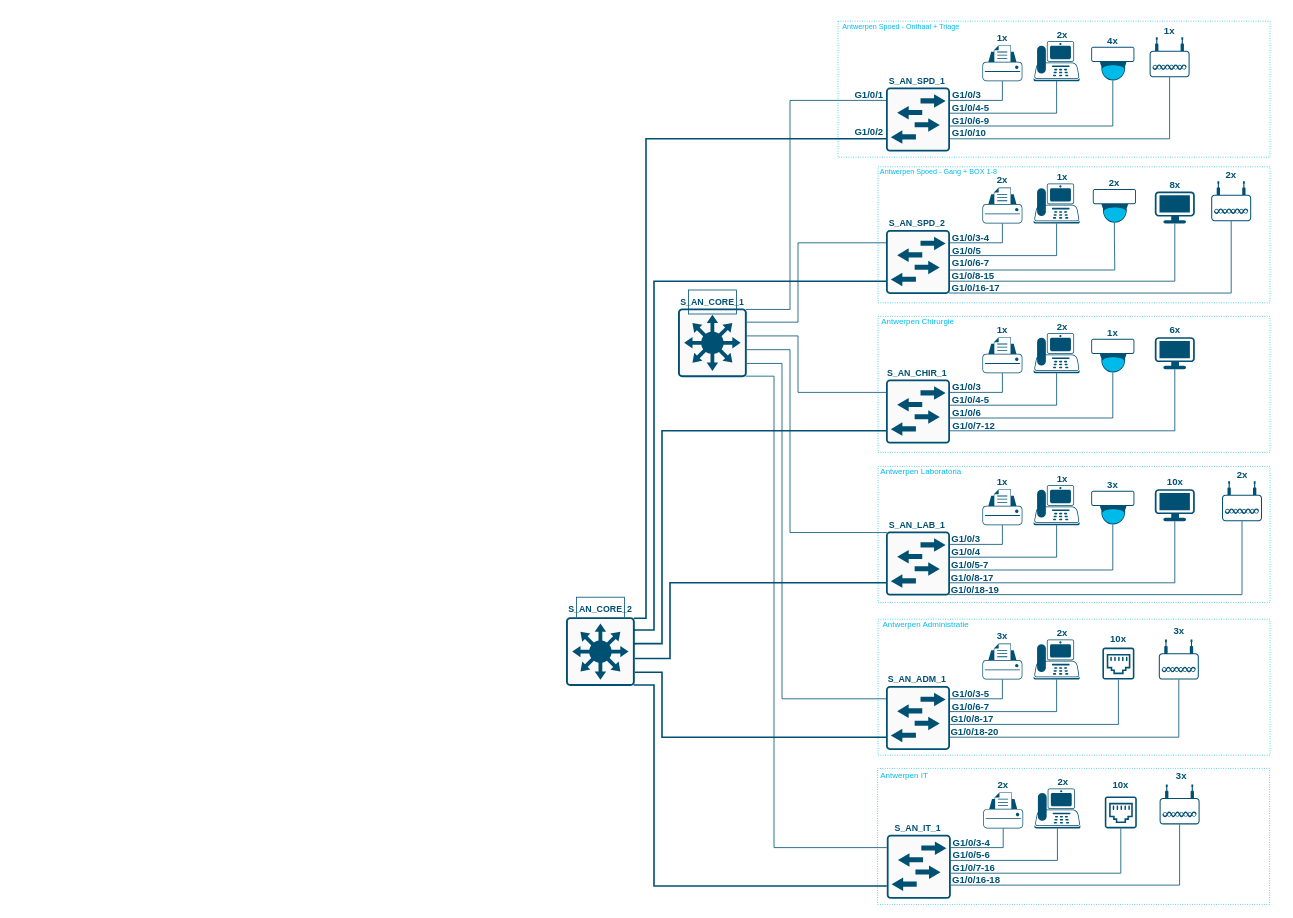
This is Netwerk diagrammen/Sint-Vincentius/L2_Sint-Vincentius.drawio from ThomasAdons/NetworkAndSystemManagement, a draw.io file, before an edit. Source tidied: cells renumbered, new cells numbered last; positions are measured from the earlier drawing's top-left corner, leaving out a move shared by most shapes. Both pictures are drawn from the tidied source at 80%, with x=0, y=0 at pixel (566, 14). Pictures stored in the file or linked from it are replaced by grey dashed boxes.
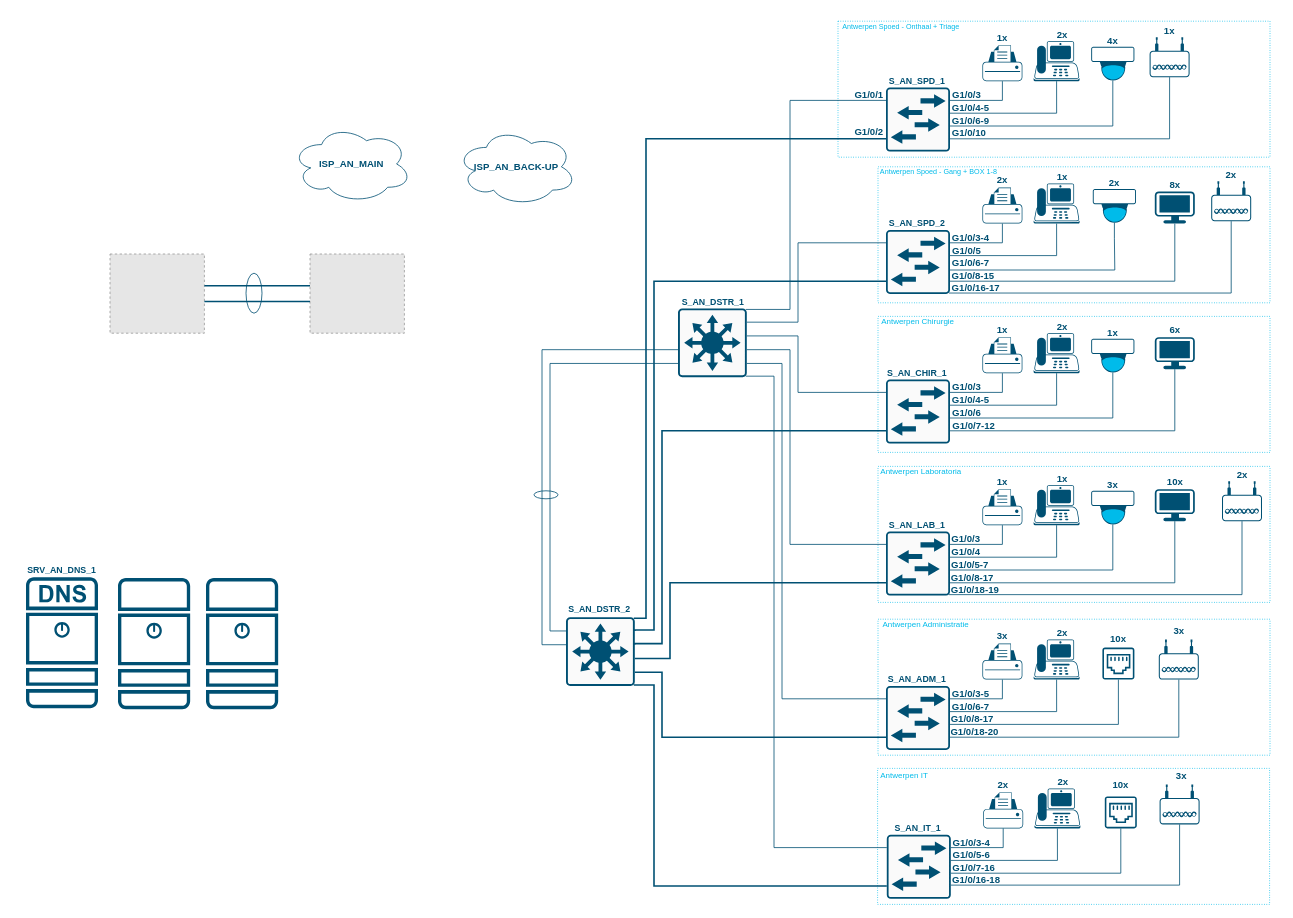
The same diagram, later.

Commit message:
toevoeging isp en servers

The change refers to these unchanged cells:
```xml
<mxCell id="57" style="sketch=0;points=[[0,0.2,0,0,0],[0,0.4,0,0,0],[0,0.6,0,0,0],[0,0.8,0,0,0],[0.015,0.015,0,0,0],[0.015,0.985,0,0,0],[0.2,0,0,0,0],[0.2,1,0,0,0],[0.4,0,0,0,0],[0.4,1,0,0,0],[0.6,0,0,0,0],[0.6,1,0,0,0],[0.8,0,0,0,0],[0.8,1,0,0,0],[0.985,0.015,0,0,0],[0.985,0.985,0,0,0],[1,0.2,0,0,0],[1,0.4,0,0,0],[1,0.6,0,0,0],[1,0.8,0,0,0]];verticalLabelPosition=bottom;html=1;verticalAlign=top;align=center;shape=mxgraph.cisco19.rect;prIcon=l2_switch;fillColor=#FAFAFA;strokeColor=#005073;" parent="1" vertex="1">
  <mxGeometry x="400" y="647" width="80" height="80" as="geometry" />
</mxCell>
<mxCell id="130" style="sketch=0;points=[[0,0.2,0,0,0],[0,0.4,0,0,0],[0,0.6,0,0,0],[0,0.8,0,0,0],[0.015,0.015,0,0,0],[0.015,0.985,0,0,0],[0.2,0,0,0,0],[0.2,1,0,0,0],[0.4,0,0,0,0],[0.4,1,0,0,0],[0.6,0,0,0,0],[0.6,1,0,0,0],[0.8,0,0,0,0],[0.8,1,0,0,0],[0.985,0.015,0,0,0],[0.985,0.985,0,0,0],[1,0.2,0,0,0],[1,0.4,0,0,0],[1,0.6,0,0,0],[1,0.8,0,0,0]];verticalLabelPosition=bottom;html=1;verticalAlign=top;align=center;shape=mxgraph.cisco19.rect;prIcon=l3_switch;fillColor=#FAFAFA;strokeColor=#005073;" parent="1" vertex="1">
  <mxGeometry x="140" y="368" width="86" height="86" as="geometry" />
</mxCell>
<mxCell id="133" style="sketch=0;points=[[0,0.2,0,0,0],[0,0.4,0,0,0],[0,0.6,0,0,0],[0,0.8,0,0,0],[0.015,0.015,0,0,0],[0.015,0.985,0,0,0],[0.2,0,0,0,0],[0.2,1,0,0,0],[0.4,0,0,0,0],[0.4,1,0,0,0],[0.6,0,0,0,0],[0.6,1,0,0,0],[0.8,0,0,0,0],[0.8,1,0,0,0],[0.985,0.015,0,0,0],[0.985,0.985,0,0,0],[1,0.2,0,0,0],[1,0.4,0,0,0],[1,0.6,0,0,0],[1,0.8,0,0,0]];verticalLabelPosition=bottom;html=1;verticalAlign=top;align=center;shape=mxgraph.cisco19.rect;prIcon=l3_switch;fillColor=#FAFAFA;strokeColor=#005073;" parent="1" vertex="1">
  <mxGeometry y="754" width="86" height="86" as="geometry" />
</mxCell>
```

Diff of the diagram source:
```diff
@@
+    <mxCell id="148" style="edgeStyle=orthogonalEdgeStyle;shape=connector;rounded=0;jettySize=auto;html=1;exitX=0;exitY=0.6;exitDx=0;exitDy=0;exitPerimeter=0;strokeColor=#005073;strokeWidth=1;align=center;verticalAlign=middle;fontFamily=Helvetica;fontSize=12;fontColor=#005073;labelBackgroundColor=default;endArrow=none;endFill=0;entryX=0;entryY=0.4;entryDx=0;entryDy=0;entryPerimeter=0;" parent="1" edge="1" source="130" target="133">
+      <mxGeometry relative="1" as="geometry">
+        <Array as="points">
+          <mxPoint x="-30" y="420" />
+          <mxPoint x="-30" y="788" />
+        </Array>
+      </mxGeometry>
+    </mxCell>
@@
-    <mxCell id="131" value="&lt;span style=&quot;font-size: 11px;&quot;&gt;&lt;b&gt;S_AN_CORE_1&lt;/b&gt;&lt;/span&gt;" style="text;html=1;align=center;verticalAlign=middle;whiteSpace=wrap;rounded=0;fontColor=#005073;strokeColor=#005073;" parent="1" vertex="1">
-      <mxGeometry x="153" y="345" width="60" height="30" as="geometry" />
+    <mxCell id="131" value="&lt;span style=&quot;font-size: 11px;&quot;&gt;&lt;b&gt;S_AN_DSTR_1&lt;/b&gt;&lt;/span&gt;" style="text;html=1;align=center;verticalAlign=middle;whiteSpace=wrap;rounded=0;fontColor=#005073;strokeColor=none;" parent="1" vertex="1">
+      <mxGeometry x="154" y="345" width="60" height="30" as="geometry" />
     </mxCell>
-    <mxCell id="132" value="&lt;span style=&quot;font-size: 11px;&quot;&gt;&lt;b&gt;S_AN_CORE_2&lt;/b&gt;&lt;/span&gt;" style="text;html=1;align=center;verticalAlign=middle;whiteSpace=wrap;rounded=0;fontColor=#005073;strokeColor=#005073;" parent="1" vertex="1">
-      <mxGeometry x="13" y="729" width="60" height="30" as="geometry" />
+    <mxCell id="132" value="&lt;span style=&quot;font-size: 11px;&quot;&gt;&lt;b&gt;S_AN_DSTR_2&lt;/b&gt;&lt;/span&gt;" style="text;html=1;align=center;verticalAlign=middle;whiteSpace=wrap;rounded=0;fontColor=#005073;strokeColor=none;" parent="1" vertex="1">
+      <mxGeometry x="12" y="729" width="60" height="30" as="geometry" />
     </mxCell>
@@
-    <mxCell id="137" style="edgeStyle=orthogonalEdgeStyle;shape=connector;rounded=0;jettySize=auto;html=1;exitX=0.015;exitY=0.015;exitDx=0;exitDy=0;exitPerimeter=0;entryX=1;entryY=0.6;entryDx=0;entryDy=0;entryPerimeter=0;strokeColor=#005073;align=center;verticalAlign=middle;fontFamily=Helvetica;fontSize=12;fontColor=#005073;labelBackgroundColor=default;endArrow=none;endFill=0;" parent="1" edge="1" source="57" target="130">
+    <mxCell id="137" style="edgeStyle=orthogonalEdgeStyle;shape=connector;rounded=0;jettySize=auto;html=1;exitX=0;exitY=0.2;exitDx=0;exitDy=0;exitPerimeter=0;entryX=1;entryY=0.6;entryDx=0;entryDy=0;entryPerimeter=0;strokeColor=#005073;align=center;verticalAlign=middle;fontFamily=Helvetica;fontSize=12;fontColor=#005073;labelBackgroundColor=default;endArrow=none;endFill=0;" parent="1" edge="1" source="57" target="130">
       <mxGeometry relative="1" as="geometry">
         <Array as="points">
-          <mxPoint x="280" y="648" />
+          <mxPoint x="280" y="663" />
           <mxPoint x="280" y="420" />
         </Array>
       </mxGeometry>
     </mxCell>
@@
+    <mxCell id="149" value="&lt;b&gt;&lt;font color=&quot;#005073&quot;&gt;ISP_AN_BACK-UP&lt;/font&gt;&lt;/b&gt;" style="ellipse;shape=cloud;whiteSpace=wrap;html=1;strokeColor=#005073;" parent="1" vertex="1">
+      <mxGeometry x="-137" y="142.5" width="150" height="97" as="geometry" />
+    </mxCell>
+    <mxCell id="150" style="fillColor=#E6E6E6;strokeColor=#999999;dashed=1;verticalLabelPosition=bottom;labelBackgroundColor=default;verticalAlign=top;" parent="1" vertex="1">
+      <mxGeometry x="-320" y="300" width="118" height="99" as="geometry" />
+    </mxCell>
+    <mxCell id="151" style="fillColor=#E6E6E6;strokeColor=#999999;dashed=1;verticalLabelPosition=bottom;labelBackgroundColor=default;verticalAlign=top;" parent="1" vertex="1">
+      <mxGeometry x="-570" y="300" width="118" height="99" as="geometry" />
+    </mxCell>
+    <mxCell id="152" style="edgeStyle=orthogonalEdgeStyle;shape=connector;rounded=0;jettySize=auto;html=1;exitX=1;exitY=0.4;exitDx=0;exitDy=0;exitPerimeter=0;entryX=0;entryY=0.4;entryDx=0;entryDy=0;entryPerimeter=0;strokeColor=#005073;strokeWidth=2;align=center;verticalAlign=middle;fontFamily=Helvetica;fontSize=12;fontColor=#005073;labelBackgroundColor=default;endArrow=none;endFill=0;" parent="1" edge="1" source="151" target="150">
+      <mxGeometry relative="1" as="geometry" />
+    </mxCell>
+    <mxCell id="153" style="edgeStyle=orthogonalEdgeStyle;shape=connector;rounded=0;jettySize=auto;html=1;exitX=1;exitY=0.6;exitDx=0;exitDy=0;exitPerimeter=0;entryX=0;entryY=0.6;entryDx=0;entryDy=0;entryPerimeter=0;strokeColor=#005073;strokeWidth=2;align=center;verticalAlign=middle;fontFamily=Helvetica;fontSize=12;fontColor=#005073;labelBackgroundColor=default;endArrow=none;endFill=0;" parent="1" edge="1" source="151" target="150">
+      <mxGeometry relative="1" as="geometry" />
+    </mxCell>
+    <mxCell id="154" style="ellipse;whiteSpace=wrap;html=1;fontFamily=Helvetica;fontSize=12;fontColor=#005073;labelBackgroundColor=default;strokeColor=#005073;fillColor=none;" parent="1" vertex="1">
+      <mxGeometry x="-400" y="324" width="20" height="50" as="geometry" />
+    </mxCell>
+    <mxCell id="155" value="&lt;b&gt;&lt;font color=&quot;#005073&quot;&gt;ISP_AN_MAIN&lt;/font&gt;&lt;/b&gt;" style="ellipse;shape=cloud;whiteSpace=wrap;html=1;strokeColor=#005073;" parent="1" vertex="1">
+      <mxGeometry x="-343" y="139" width="150" height="97" as="geometry" />
+    </mxCell>
+    <mxCell id="156" style="sketch=0;verticalLabelPosition=bottom;html=1;verticalAlign=top;align=center;shape=mxgraph.cisco19.server;fillColor=#005073;strokeColor=none;fontFamily=Helvetica;fontSize=12;fontColor=#005073;labelBackgroundColor=default;" parent="1" vertex="1">
+      <mxGeometry x="-560" y="705" width="90.2" height="164" as="geometry" />
+    </mxCell>
+    <mxCell id="157" style="sketch=0;verticalLabelPosition=bottom;html=1;verticalAlign=top;align=center;shape=mxgraph.cisco19.dns_server;fillColor=#005073;strokeColor=none;fontFamily=Helvetica;fontSize=12;fontColor=#005073;labelBackgroundColor=default;" parent="1" vertex="1">
+      <mxGeometry x="-675" y="704.1" width="90" height="163.6" as="geometry" />
+    </mxCell>
+    <mxCell id="158" value="&lt;span style=&quot;font-size: 11px;&quot;&gt;&lt;b&gt;SRV_AN_DNS_1&lt;/b&gt;&lt;/span&gt;" style="text;html=1;align=center;verticalAlign=middle;whiteSpace=wrap;rounded=0;fontColor=#005073;" parent="1" vertex="1">
+      <mxGeometry x="-690" y="680.2" width="120" height="30" as="geometry" />
+    </mxCell>
+    <mxCell id="159" style="sketch=0;verticalLabelPosition=bottom;html=1;verticalAlign=top;align=center;shape=mxgraph.cisco19.server;fillColor=#005073;strokeColor=none;fontFamily=Helvetica;fontSize=12;fontColor=#005073;labelBackgroundColor=default;" parent="1" vertex="1">
+      <mxGeometry x="-450" y="705" width="90.2" height="164" as="geometry" />
+    </mxCell>
+    <mxCell id="160" style="ellipse;whiteSpace=wrap;html=1;fontFamily=Helvetica;fontSize=12;fontColor=#005073;labelBackgroundColor=default;strokeColor=#005073;fillColor=none;" parent="1" vertex="1">
+      <mxGeometry x="-40" y="596" width="30" height="10" as="geometry" />
+    </mxCell>
+    <mxCell id="161" style="edgeStyle=orthogonalEdgeStyle;shape=connector;rounded=0;jettySize=auto;html=1;exitX=0;exitY=0.8;exitDx=0;exitDy=0;exitPerimeter=0;entryX=0;entryY=0.2;entryDx=0;entryDy=0;entryPerimeter=0;strokeColor=#005073;strokeWidth=1;align=center;verticalAlign=middle;fontFamily=Helvetica;fontSize=12;fontColor=#005073;labelBackgroundColor=default;endArrow=none;endFill=0;" parent="1" edge="1" source="130" target="133">
+      <mxGeometry relative="1" as="geometry" />
+    </mxCell>
```
